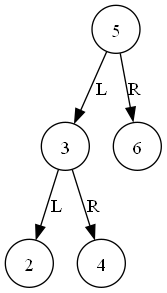
This is Fase2_EDD/graphABB_AVL.png from FranklinONP/EDD_PROYECTO_202200089, a Graphviz export, as it was before one commit. Its source is kept beside it as Fase2_EDD/graphABB_AVL.dot. Its diagram source:
```dot
digraph G{
node [shape=circle];
"1338473023440"[label="5"];
"1338473023632"[label="3"];
"1338473021616"[label="2"];
"1338473023712"[label="4"];
"1338473023552"[label="6"];
"1338473023440" -> "1338473023632" [label = "L"];
"1338473023440" -> "1338473023552" [label = "R"];
"1338473023632" -> "1338473021616" [label = "L"];
"1338473023632" -> "1338473023712" [label = "R"];
}
```
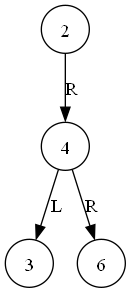
After the change.

Diff of the diagram source:
```diff
@@ -1,12 +1,10 @@
 digraph G{
 node [shape=circle];
-"1338473023440"[label="5"];
-"1338473023632"[label="3"];
-"1338473021616"[label="2"];
-"1338473023712"[label="4"];
-"1338473023552"[label="6"];
-"1338473023440" -> "1338473023632" [label = "L"];
-"1338473023440" -> "1338473023552" [label = "R"];
-"1338473023632" -> "1338473021616" [label = "L"];
-"1338473023632" -> "1338473023712" [label = "R"];
+"2217078548448"[label="2"];
+"2217078548208"[label="4"];
+"2217078548528"[label="3"];
+"2217078548608"[label="6"];
+"2217078548448" -> "2217078548208" [label = "R"];
+"2217078548208" -> "2217078548528" [label = "L"];
+"2217078548208" -> "2217078548608" [label = "R"];
 }
```
